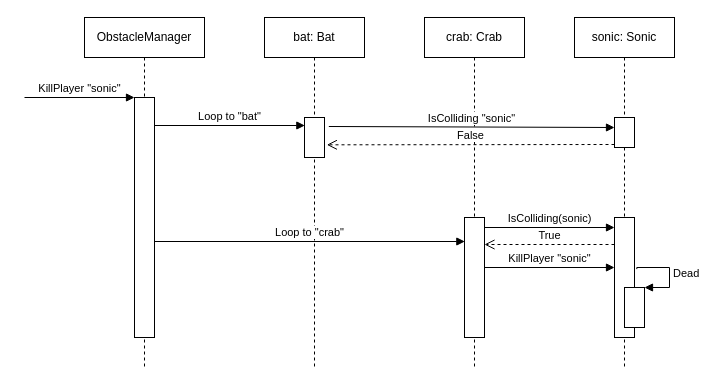
Earlier version of the draw.io diagram D_UML_sequence.drawio (minhan6559/SoNeat). Source tidied: cells renumbered, new cells numbered last; positions are measured from the earlier drawing's top-left corner, leaving out a move shared by most shapes. Both pictures are drawn from the tidied source at 100%, with x=0, y=0 at pixel (24, 17).
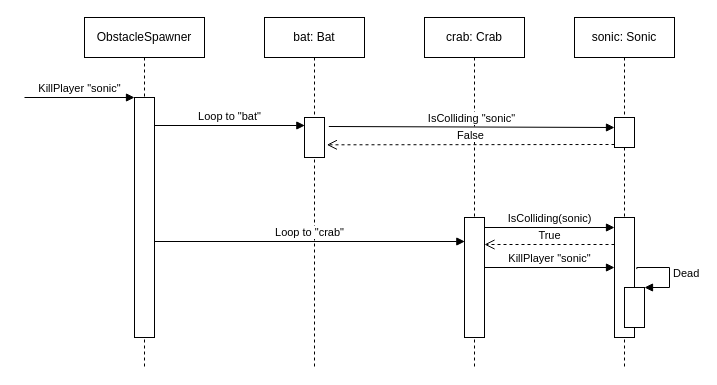
After the change.

What changed in the source:
```diff
@@
-    <mxCell id="2" value="ObstacleManager" style="shape=umlLifeline;perimeter=lifelinePerimeter;whiteSpace=wrap;html=1;" parent="1" vertex="1">
+    <mxCell id="2" value="ObstacleSpawner" style="shape=umlLifeline;perimeter=lifelinePerimeter;whiteSpace=wrap;html=1;" parent="1" vertex="1">
       <mxGeometry x="60" width="120" height="350" as="geometry" />
     </mxCell>
```
